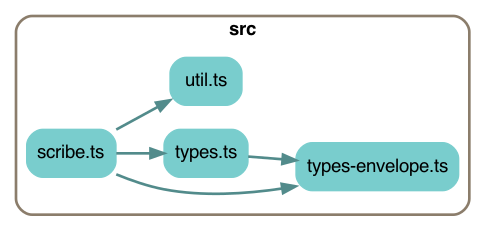
Above: depchart/depchart-simple.png in earthstar-project/earthstar-streaming-rpc (Graphviz), before the change. Its source is kept beside it as depchart/depchart-simple.dot. Source of this version:
```dot
digraph G {
    splines=true;
    rankdir=LR;
    compound=true;
    graph [fontname = "helvetica"];  // dpi=72
    node [fontname = "helvetica"];
    edge [fontname = "helvetica"];


    subgraph cluster2126540648 {
        label=<<b>src</b>>;
        style="rounded";
        color=bisque4;
        penwidth=2;

        "src/scribe.ts" [label="scribe.ts", shape=rectangle; style="rounded,filled"; color=darkslategray3];
        "src/types-envelope.ts" [label="types-envelope.ts", shape=rectangle; style="rounded,filled"; color=darkslategray3];
        "src/types.ts" [label="types.ts", shape=rectangle; style="rounded,filled"; color=darkslategray3];
        "src/util.ts" [label="util.ts", shape=rectangle; style="rounded,filled"; color=darkslategray3];
    }

    "src/scribe.ts" -> "src/types.ts" [penwidth=2; color=darkslategray4];
    "src/scribe.ts" -> "src/types-envelope.ts" [penwidth=2; color=darkslategray4];
    "src/scribe.ts" -> "src/util.ts" [penwidth=2; color=darkslategray4];
    "src/types.ts" -> "src/types-envelope.ts" [penwidth=2; color=darkslategray4];

}
```
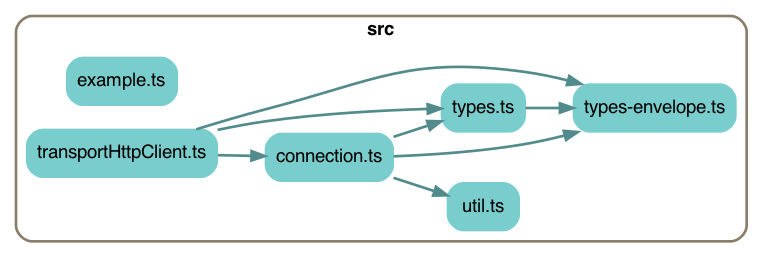
The same file after the commit.

What changed in the source:
```diff
@@ -7,21 +7,26 @@
     edge [fontname = "helvetica"];
 
 
-    subgraph cluster2126540648 {
+    subgraph cluster2285140244 {
         label=<<b>src</b>>;
         style="rounded";
         color=bisque4;
         penwidth=2;
 
-        "src/scribe.ts" [label="scribe.ts", shape=rectangle; style="rounded,filled"; color=darkslategray3];
+        "src/connection.ts" [label="connection.ts", shape=rectangle; style="rounded,filled"; color=darkslategray3];
+        "src/example.ts" [label="example.ts", shape=rectangle; style="rounded,filled"; color=darkslategray3];
+        "src/transportHttpClient.ts" [label="transportHttpClient.ts", shape=rectangle; style="rounded,filled"; color=darkslategray3];
         "src/types-envelope.ts" [label="types-envelope.ts", shape=rectangle; style="rounded,filled"; color=darkslategray3];
         "src/types.ts" [label="types.ts", shape=rectangle; style="rounded,filled"; color=darkslategray3];
         "src/util.ts" [label="util.ts", shape=rectangle; style="rounded,filled"; color=darkslategray3];
     }
 
-    "src/scribe.ts" -> "src/types.ts" [penwidth=2; color=darkslategray4];
-    "src/scribe.ts" -> "src/types-envelope.ts" [penwidth=2; color=darkslategray4];
-    "src/scribe.ts" -> "src/util.ts" [penwidth=2; color=darkslategray4];
+    "src/connection.ts" -> "src/types.ts" [penwidth=2; color=darkslategray4];
+    "src/connection.ts" -> "src/types-envelope.ts" [penwidth=2; color=darkslategray4];
+    "src/connection.ts" -> "src/util.ts" [penwidth=2; color=darkslategray4];
+    "src/transportHttpClient.ts" -> "src/types.ts" [penwidth=2; color=darkslategray4];
+    "src/transportHttpClient.ts" -> "src/types-envelope.ts" [penwidth=2; color=darkslategray4];
+    "src/transportHttpClient.ts" -> "src/connection.ts" [penwidth=2; color=darkslategray4];
     "src/types.ts" -> "src/types-envelope.ts" [penwidth=2; color=darkslategray4];
 
 }
```
